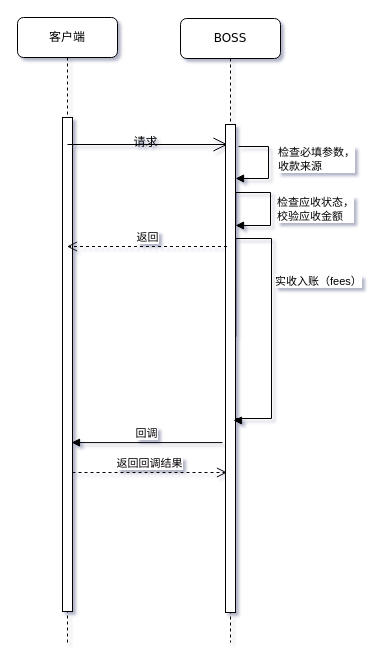
choulele0910/gitbook keeps this draw.io diagram as page "第 2 页" (2 of 2) of 拓扑图11.drawio. Above is the earlier version. Source tidied: cells renumbered, new cells numbered last; positions are measured from the earlier drawing's top-left corner, leaving out a move shared by most shapes. Both pictures are drawn from the tidied source at 100%, with x=0, y=0 at pixel (17, 17).
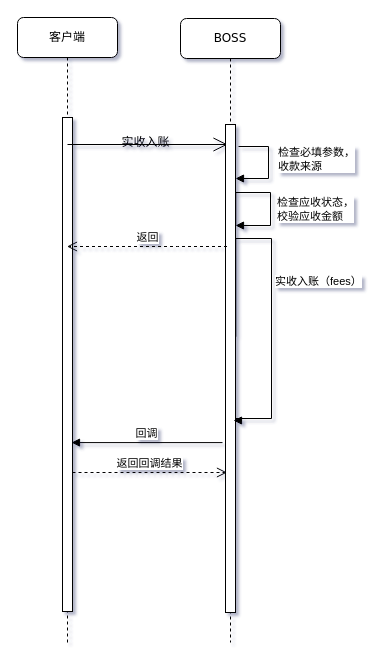
After the change.

The edit, as a diff of the source:
```diff
@@
-    <mxCell id="13" value="请求" style="text;html=1;align=center;verticalAlign=middle;strokeColor=none;fillColor=none;" parent="1" vertex="1">
-      <mxGeometry x="107" y="112" width="42" height="26" as="geometry" />
+    <mxCell id="13" value="实收入账" style="text;html=1;align=center;verticalAlign=middle;strokeColor=none;fillColor=none;" parent="1" vertex="1">
+      <mxGeometry x="95" y="112" width="66" height="26" as="geometry" />
     </mxCell>
```
